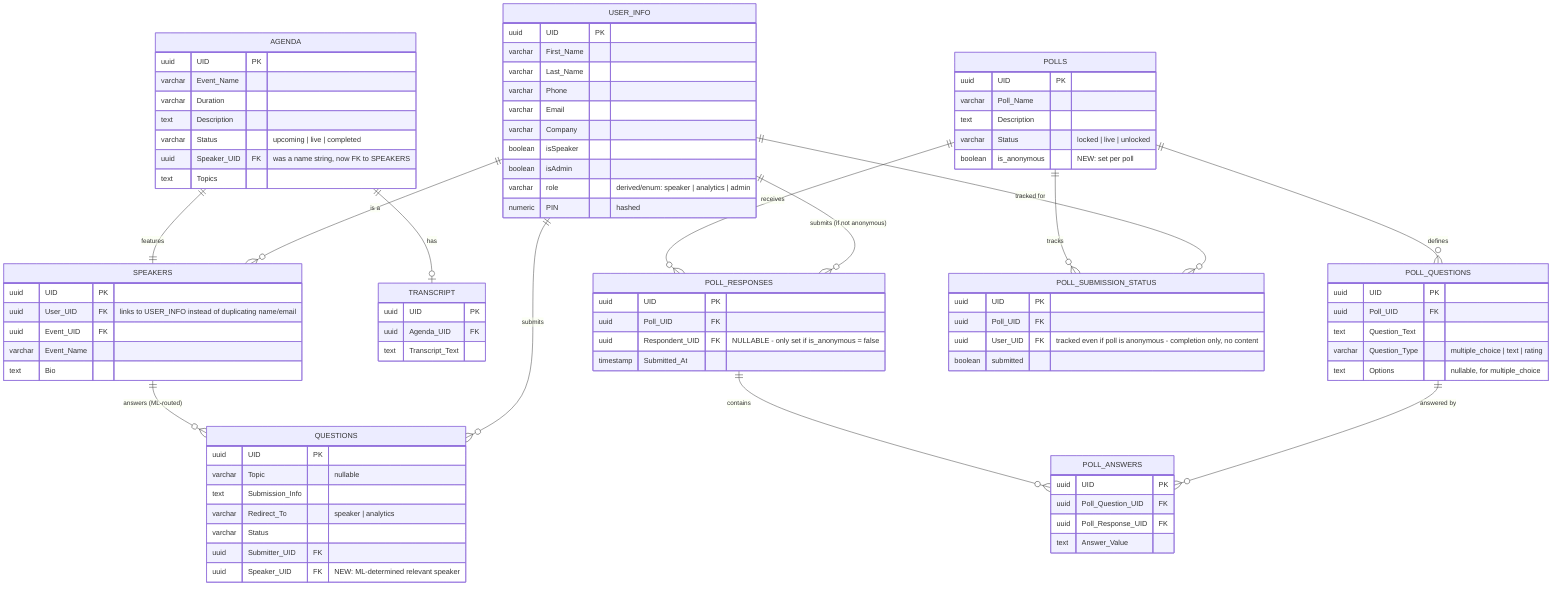
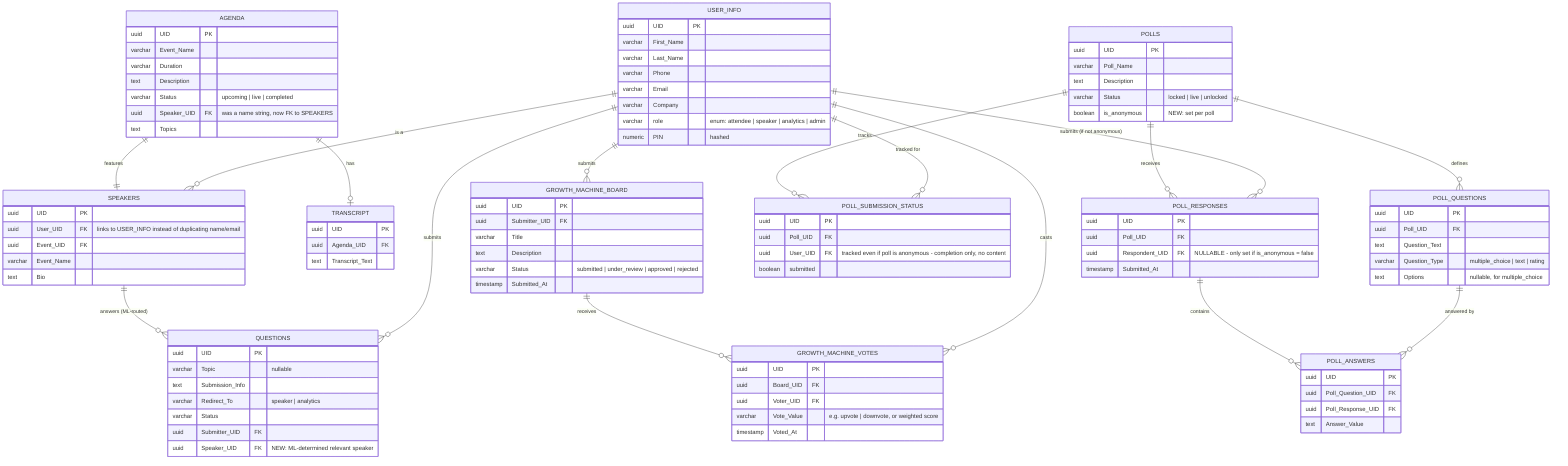
erDiagram
    USER_INFO {
        uuid UID PK
        varchar First_Name
        varchar Last_Name
        varchar Phone
        varchar Email
        varchar Company
-         boolean isSpeaker
-         boolean isAdmin
-         varchar role "derived/enum: speaker | analytics | admin"
+         varchar role "enum: attendee | speaker | analytics | admin"
        numeric PIN "hashed"
    }
- 
    SPEAKERS {
        uuid UID PK
        uuid User_UID FK "links to USER_INFO instead of duplicating name/email"
        uuid Event_UID FK
        varchar Event_Name
        text Bio
    }
- 
    AGENDA {
        uuid UID PK
        varchar Event_Name
        varchar Duration
        text Description
        varchar Status "upcoming | live | completed"
        uuid Speaker_UID FK "was a name string, now FK to SPEAKERS"
        text Topics
    }
- 
    TRANSCRIPT {
        uuid UID PK
        uuid Agenda_UID FK
        text Transcript_Text
    }
- 
    POLLS {
        uuid UID PK
        varchar Poll_Name
        text Description
        varchar Status "locked | live | unlocked"
        boolean is_anonymous "NEW: set per poll"
    }
- 
    POLL_QUESTIONS {
        uuid UID PK
        uuid Poll_UID FK
        text Question_Text
        varchar Question_Type "multiple_choice | text | rating"
        text Options "nullable, for multiple_choice"
    }
- 
    POLL_RESPONSES {
        uuid UID PK
        uuid Poll_UID FK
        uuid Respondent_UID FK "NULLABLE - only set if is_anonymous = false"
        timestamp Submitted_At
    }
- 
    POLL_ANSWERS {
        uuid UID PK
        uuid Poll_Question_UID FK
        uuid Poll_Response_UID FK
        text Answer_Value
    }
- 
    POLL_SUBMISSION_STATUS {
        uuid UID PK
        uuid Poll_UID FK
        uuid User_UID FK "tracked even if poll is anonymous - completion only, no content"
        boolean submitted
    }
- 
    QUESTIONS {
        uuid UID PK
        varchar Topic "nullable"
        text Submission_Info
        varchar Redirect_To "speaker | analytics"
        varchar Status
        uuid Submitter_UID FK
        uuid Speaker_UID FK "NEW: ML-determined relevant speaker"
    }
- 
+     GROWTH_MACHINE_BOARD {
+         uuid UID PK
+         uuid Submitter_UID FK
+         varchar Title
+         text Description
+         varchar Status "submitted | under_review | approved | rejected"
+         timestamp Submitted_At
+     }
+     GROWTH_MACHINE_VOTES {
+         uuid UID PK
+         uuid Board_UID FK
+         uuid Voter_UID FK
+         varchar Vote_Value "e.g. upvote | downvote, or weighted score"
+         timestamp Voted_At
+     }
    USER_INFO ||--o{ SPEAKERS : "is a"
    USER_INFO ||--o{ POLL_RESPONSES : "submits (if not anonymous)"
    USER_INFO ||--o{ POLL_SUBMISSION_STATUS : "tracked for"
    USER_INFO ||--o{ QUESTIONS : "submits"
- 
+     USER_INFO ||--o{ GROWTH_MACHINE_BOARD : "submits"
+     USER_INFO ||--o{ GROWTH_MACHINE_VOTES : "casts"
    AGENDA ||--|| SPEAKERS : "features"
    AGENDA ||--o| TRANSCRIPT : "has"
    SPEAKERS ||--o{ QUESTIONS : "answers (ML-routed)"
- 
    POLLS ||--o{ POLL_QUESTIONS : "defines"
    POLLS ||--o{ POLL_RESPONSES : "receives"
    POLLS ||--o{ POLL_SUBMISSION_STATUS : "tracks"
- 
    POLL_QUESTIONS ||--o{ POLL_ANSWERS : "answered by"
    POLL_RESPONSES ||--o{ POLL_ANSWERS : "contains"
+     GROWTH_MACHINE_BOARD ||--o{ GROWTH_MACHINE_VOTES : "receives"
